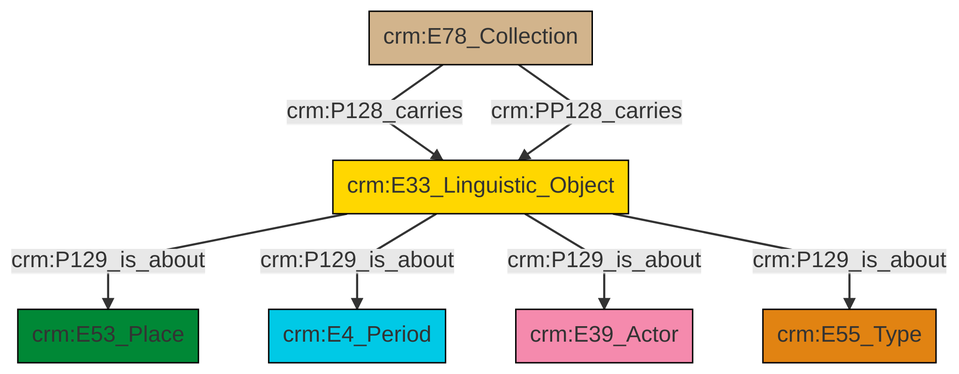
The Mermaid diagram et/archivalCSV/ttl/mmd/png/archival_aboutness.png in swiss-art-research-net/docs.swissartresearch, before a commit. Its source is kept beside it as et/archivalCSV/ttl/mmd/archival_aboutness.ttl.mmd.
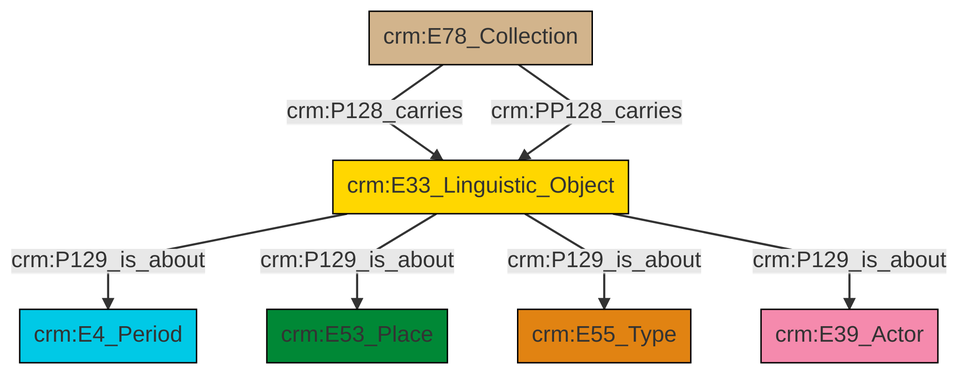
The same file after the commit.

Change to the diagram source:
```diff
@@ -13,9 +13,9 @@
 classDef PC_Classes fill:#4ce600, stroke:#000000;
 classDef Multi fill:#cccccc,stroke:#000000;
 
-2["crm:E33_Linguistic_Object"]:::Conceptual_Object -->|crm:P129_is_about| 3["crm:E53_Place"]:::Place
-4["crm:E78_Collection"]:::Physical_Thing -->|crm:P128_carries| 2["crm:E33_Linguistic_Object"]:::Conceptual_Object
-2["crm:E33_Linguistic_Object"]:::Conceptual_Object -->|crm:P129_is_about| 0["crm:E4_Period"]:::Temporal_Entity
-2["crm:E33_Linguistic_Object"]:::Conceptual_Object -->|crm:P129_is_about| 7["crm:E39_Actor"]:::Actor
-2["crm:E33_Linguistic_Object"]:::Conceptual_Object -->|crm:P129_is_about| 8["crm:E55_Type"]:::Type
-4["crm:E78_Collection"]:::Physical_Thing -->|crm:PP128_carries| 2["crm:E33_Linguistic_Object"]:::Conceptual_Object
+8["crm:E33_Linguistic_Object"]:::Conceptual_Object -->|crm:P129_is_about| 0["crm:E4_Period"]:::Temporal_Entity
+8["crm:E33_Linguistic_Object"]:::Conceptual_Object -->|crm:P129_is_about| 2["crm:E53_Place"]:::Place
+8["crm:E33_Linguistic_Object"]:::Conceptual_Object -->|crm:P129_is_about| 6["crm:E55_Type"]:::Type
+4["crm:E78_Collection"]:::Physical_Thing -->|crm:P128_carries| 8["crm:E33_Linguistic_Object"]:::Conceptual_Object
+8["crm:E33_Linguistic_Object"]:::Conceptual_Object -->|crm:P129_is_about| 9["crm:E39_Actor"]:::Actor
+4["crm:E78_Collection"]:::Physical_Thing -->|crm:PP128_carries| 8["crm:E33_Linguistic_Object"]:::Conceptual_Object
```
